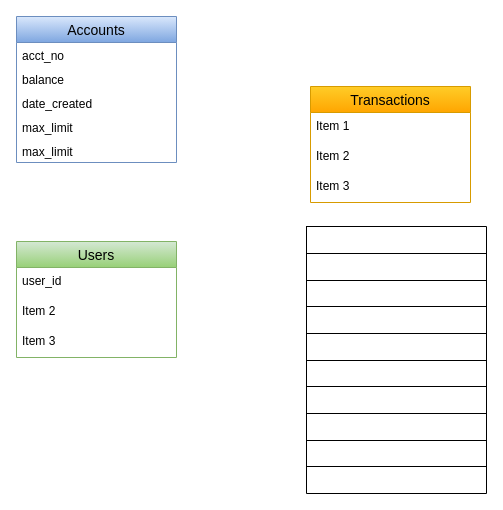
Before: Untitled Diagram.drawio in yihching8/DevToolkit2SQL, a draw.io diagram. Source tidied: cells renumbered, new cells numbered last; positions are measured from the earlier drawing's top-left corner, leaving out a move shared by most shapes. Both pictures are drawn from the tidied source at 100%, with x=0, y=0 at pixel (16, 16).
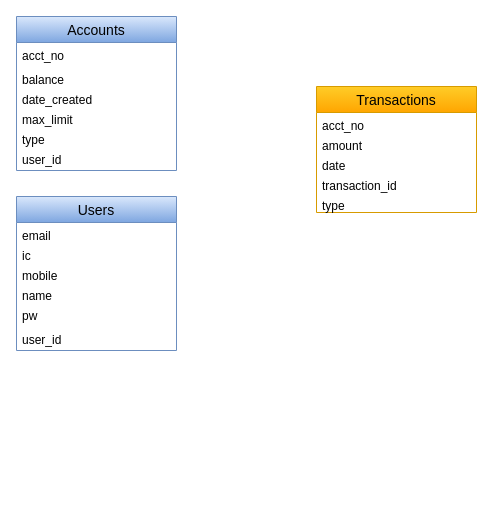
After the change.

Change to the diagram source:
```diff
@@
-    <mxCell id="2" value="Users" style="swimlane;fontStyle=0;horizontal=1;startSize=26;align=center;fontSize=14;fillColor=#d5e8d4;strokeColor=#82b366;gradientColor=#97d077;" parent="1" vertex="1">
-      <mxGeometry y="225" width="160" height="116" as="geometry" />
-    </mxCell>
-    <mxCell id="3" value="user_id" style="text;strokeColor=none;fillColor=none;spacingLeft=4;spacingRight=4;overflow=hidden;fontSize=12;" parent="2" vertex="1">
-      <mxGeometry y="26" width="160" height="30" as="geometry" />
-    </mxCell>
-    <mxCell id="4" value="Item 2" style="text;strokeColor=none;fillColor=none;spacingLeft=4;spacingRight=4;overflow=hidden;fontSize=12;" parent="2" vertex="1">
-      <mxGeometry y="56" width="160" height="30" as="geometry" />
-    </mxCell>
-    <mxCell id="5" value="Item 3" style="text;strokeColor=none;fillColor=none;spacingLeft=4;spacingRight=4;overflow=hidden;fontSize=12;" parent="2" vertex="1">
-      <mxGeometry y="86" width="160" height="30" as="geometry" />
-    </mxCell>
     <mxCell id="6" value="Accounts" style="swimlane;fontStyle=0;horizontal=1;startSize=26;align=center;fontSize=14;fillColor=#dae8fc;strokeColor=#6c8ebf;gradientColor=#7ea6e0;" parent="1" vertex="1">
-      <mxGeometry width="160" height="146" as="geometry" />
+      <mxGeometry width="160" height="154" as="geometry" />
     </mxCell>
@@
     <mxCell id="8" value="balance" style="text;strokeColor=none;fillColor=none;spacingLeft=4;spacingRight=4;overflow=hidden;fontSize=12;" parent="6" vertex="1">
-      <mxGeometry y="50" width="160" height="24" as="geometry" />
+      <mxGeometry y="50" width="160" height="20" as="geometry" />
     </mxCell>
     <mxCell id="9" value="date_created" style="text;strokeColor=none;fillColor=none;spacingLeft=4;spacingRight=4;overflow=hidden;fontSize=12;" parent="6" vertex="1">
-      <mxGeometry y="74" width="160" height="24" as="geometry" />
+      <mxGeometry y="70" width="160" height="20" as="geometry" />
     </mxCell>
     <mxCell id="10" value="max_limit" style="text;strokeColor=none;fillColor=none;spacingLeft=4;spacingRight=4;overflow=hidden;fontSize=12;" parent="6" vertex="1">
-      <mxGeometry y="98" width="160" height="24" as="geometry" />
+      <mxGeometry y="90" width="160" height="20" as="geometry" />
     </mxCell>
-    <mxCell id="11" value="max_limit" style="text;strokeColor=none;fillColor=none;spacingLeft=4;spacingRight=4;overflow=hidden;fontSize=12;" parent="6" vertex="1">
-      <mxGeometry y="122" width="160" height="24" as="geometry" />
+    <mxCell id="11" value="type" style="text;strokeColor=none;fillColor=none;spacingLeft=4;spacingRight=4;overflow=hidden;fontSize=12;" parent="6" vertex="1">
+      <mxGeometry y="110" width="160" height="20" as="geometry" />
     </mxCell>
+    <mxCell id="37" value="user_id" style="text;strokeColor=none;fillColor=none;spacingLeft=4;spacingRight=4;overflow=hidden;fontSize=12;" parent="6" vertex="1">
+      <mxGeometry y="130" width="160" height="24" as="geometry" />
+    </mxCell>
+    <mxCell id="2" value="Users" style="swimlane;fontStyle=0;horizontal=1;startSize=26;align=center;fontSize=14;fillColor=#dae8fc;strokeColor=#6c8ebf;gradientColor=#7ea6e0;" parent="1" vertex="1">
+      <mxGeometry y="180" width="160" height="154" as="geometry" />
+    </mxCell>
+    <mxCell id="38" value="email" style="text;strokeColor=none;fillColor=none;spacingLeft=4;spacingRight=4;overflow=hidden;fontSize=12;" parent="2" vertex="1">
+      <mxGeometry y="26" width="160" height="20" as="geometry" />
+    </mxCell>
+    <mxCell id="39" value="ic" style="text;strokeColor=none;fillColor=none;spacingLeft=4;spacingRight=4;overflow=hidden;fontSize=12;" parent="2" vertex="1">
+      <mxGeometry y="46" width="160" height="20" as="geometry" />
+    </mxCell>
+    <mxCell id="40" value="mobile" style="text;strokeColor=none;fillColor=none;spacingLeft=4;spacingRight=4;overflow=hidden;fontSize=12;" parent="2" vertex="1">
+      <mxGeometry y="66" width="160" height="20" as="geometry" />
+    </mxCell>
+    <mxCell id="41" value="name" style="text;strokeColor=none;fillColor=none;spacingLeft=4;spacingRight=4;overflow=hidden;fontSize=12;" parent="2" vertex="1">
+      <mxGeometry y="86" width="160" height="20" as="geometry" />
+    </mxCell>
+    <mxCell id="42" value="pw" style="text;strokeColor=none;fillColor=none;spacingLeft=4;spacingRight=4;overflow=hidden;fontSize=12;" parent="2" vertex="1">
+      <mxGeometry y="106" width="160" height="24" as="geometry" />
+    </mxCell>
+    <mxCell id="43" value="user_id" style="text;strokeColor=none;fillColor=none;spacingLeft=4;spacingRight=4;overflow=hidden;fontSize=12;" parent="2" vertex="1">
+      <mxGeometry y="130" width="160" height="24" as="geometry" />
+    </mxCell>
     <mxCell id="12" value="Transactions" style="swimlane;fontStyle=0;horizontal=1;startSize=26;align=center;fontSize=14;fillColor=#ffcd28;strokeColor=#d79b00;gradientColor=#ffa500;" parent="1" vertex="1">
-      <mxGeometry x="294" y="70" width="160" height="116" as="geometry" />
+      <mxGeometry x="300" y="70" width="160" height="126" as="geometry" />
     </mxCell>
-    <mxCell id="13" value="Item 1" style="text;strokeColor=none;fillColor=none;spacingLeft=4;spacingRight=4;overflow=hidden;fontSize=12;" parent="12" vertex="1">
-      <mxGeometry y="26" width="160" height="30" as="geometry" />
-    </mxCell>
-    <mxCell id="14" value="Item 2" style="text;strokeColor=none;fillColor=none;spacingLeft=4;spacingRight=4;overflow=hidden;fontSize=12;" parent="12" vertex="1">
-      <mxGeometry y="56" width="160" height="30" as="geometry" />
-    </mxCell>
-    <mxCell id="15" value="Item 3" style="text;strokeColor=none;fillColor=none;spacingLeft=4;spacingRight=4;overflow=hidden;fontSize=12;" parent="12" vertex="1">
-      <mxGeometry y="86" width="160" height="30" as="geometry" />
-    </mxCell>
-    <mxCell id="16" style="shape=table;startSize=0;childLayout=tableLayout;" parent="1" vertex="1">
-      <mxGeometry x="290" y="210" width="180" height="267" as="geometry" />
-    </mxCell>
-    <mxCell id="17" style="shape=partialRectangle;fillColor=none;top=0;left=0;bottom=0;right=0;" parent="16" vertex="1">
-      <mxGeometry width="180" height="27" as="geometry" />
-    </mxCell>
-    <mxCell id="18" style="shape=partialRectangle;html=1;whiteSpace=wrap;overflow=hidden;fillColor=none;top=0;left=0;bottom=0;right=0;" parent="17" vertex="1">
-      <mxGeometry width="180" height="27" as="geometry" />
-    </mxCell>
-    <mxCell id="19" style="shape=partialRectangle;fillColor=none;top=0;left=0;bottom=0;right=0;" parent="16" vertex="1">
-      <mxGeometry y="27" width="180" height="27" as="geometry" />
-    </mxCell>
-    <mxCell id="20" style="shape=partialRectangle;html=1;whiteSpace=wrap;overflow=hidden;fillColor=none;top=0;left=0;bottom=0;right=0;" parent="19" vertex="1">
-      <mxGeometry width="180" height="27" as="geometry" />
-    </mxCell>
-    <mxCell id="21" style="shape=partialRectangle;fillColor=none;top=0;left=0;bottom=0;right=0;" parent="16" vertex="1">
-      <mxGeometry y="54" width="180" height="26" as="geometry" />
-    </mxCell>
-    <mxCell id="22" style="shape=partialRectangle;html=1;whiteSpace=wrap;overflow=hidden;fillColor=none;top=0;left=0;bottom=0;right=0;" parent="21" vertex="1">
-      <mxGeometry width="180" height="26" as="geometry" />
-    </mxCell>
-    <mxCell id="23" style="shape=partialRectangle;fillColor=none;top=0;left=0;bottom=0;right=0;" parent="16" vertex="1">
-      <mxGeometry y="80" width="180" height="27" as="geometry" />
-    </mxCell>
-    <mxCell id="24" style="shape=partialRectangle;html=1;whiteSpace=wrap;overflow=hidden;fillColor=none;top=0;left=0;bottom=0;right=0;" parent="23" vertex="1">
-      <mxGeometry width="180" height="27" as="geometry" />
-    </mxCell>
-    <mxCell id="25" style="shape=partialRectangle;fillColor=none;top=0;left=0;bottom=0;right=0;" parent="16" vertex="1">
-      <mxGeometry y="107" width="180" height="27" as="geometry" />
-    </mxCell>
-    <mxCell id="26" style="shape=partialRectangle;html=1;whiteSpace=wrap;overflow=hidden;fillColor=none;top=0;left=0;bottom=0;right=0;" parent="25" vertex="1">
-      <mxGeometry width="180" height="27" as="geometry" />
-    </mxCell>
-    <mxCell id="27" style="shape=partialRectangle;fillColor=none;top=0;left=0;bottom=0;right=0;" parent="16" vertex="1">
-      <mxGeometry y="134" width="180" height="26" as="geometry" />
-    </mxCell>
-    <mxCell id="28" style="shape=partialRectangle;html=1;whiteSpace=wrap;overflow=hidden;fillColor=none;top=0;left=0;bottom=0;right=0;" parent="27" vertex="1">
-      <mxGeometry width="180" height="26" as="geometry" />
-    </mxCell>
-    <mxCell id="29" style="shape=partialRectangle;fillColor=none;top=0;left=0;bottom=0;right=0;" parent="16" vertex="1">
-      <mxGeometry y="160" width="180" height="27" as="geometry" />
-    </mxCell>
-    <mxCell id="30" style="shape=partialRectangle;html=1;whiteSpace=wrap;overflow=hidden;fillColor=none;top=0;left=0;bottom=0;right=0;" parent="29" vertex="1">
-      <mxGeometry width="180" height="27" as="geometry" />
-    </mxCell>
-    <mxCell id="31" style="shape=partialRectangle;fillColor=none;top=0;left=0;bottom=0;right=0;" parent="16" vertex="1">
-      <mxGeometry y="187" width="180" height="27" as="geometry" />
-    </mxCell>
-    <mxCell id="32" style="shape=partialRectangle;html=1;whiteSpace=wrap;overflow=hidden;fillColor=none;top=0;left=0;bottom=0;right=0;" parent="31" vertex="1">
-      <mxGeometry width="180" height="27" as="geometry" />
-    </mxCell>
-    <mxCell id="33" style="shape=partialRectangle;fillColor=none;top=0;left=0;bottom=0;right=0;" parent="16" vertex="1">
-      <mxGeometry y="214" width="180" height="26" as="geometry" />
-    </mxCell>
-    <mxCell id="34" style="shape=partialRectangle;html=1;whiteSpace=wrap;overflow=hidden;fillColor=none;top=0;left=0;bottom=0;right=0;" parent="33" vertex="1">
-      <mxGeometry width="180" height="26" as="geometry" />
-    </mxCell>
-    <mxCell id="35" style="shape=partialRectangle;fillColor=none;top=0;left=0;bottom=0;right=0;" parent="16" vertex="1">
-      <mxGeometry y="240" width="180" height="27" as="geometry" />
-    </mxCell>
-    <mxCell id="36" style="shape=partialRectangle;html=1;whiteSpace=wrap;overflow=hidden;fillColor=none;top=0;left=0;bottom=0;right=0;" parent="35" vertex="1">
-      <mxGeometry width="180" height="27" as="geometry" />
-    </mxCell>
+    <mxCell id="44" value="acct_no" style="text;strokeColor=none;fillColor=none;spacingLeft=4;spacingRight=4;overflow=hidden;fontSize=12;" parent="12" vertex="1">
+      <mxGeometry y="26" width="160" height="20" as="geometry" />
+    </mxCell>
+    <mxCell id="45" value="amount" style="text;strokeColor=none;fillColor=none;spacingLeft=4;spacingRight=4;overflow=hidden;fontSize=12;" parent="12" vertex="1">
+      <mxGeometry y="46" width="160" height="20" as="geometry" />
+    </mxCell>
+    <mxCell id="46" value="date" style="text;strokeColor=none;fillColor=none;spacingLeft=4;spacingRight=4;overflow=hidden;fontSize=12;" parent="12" vertex="1">
+      <mxGeometry y="66" width="160" height="20" as="geometry" />
+    </mxCell>
+    <mxCell id="47" value="transaction_id" style="text;strokeColor=none;fillColor=none;spacingLeft=4;spacingRight=4;overflow=hidden;fontSize=12;" parent="12" vertex="1">
+      <mxGeometry y="86" width="160" height="20" as="geometry" />
+    </mxCell>
+    <mxCell id="48" value="type" style="text;strokeColor=none;fillColor=none;spacingLeft=4;spacingRight=4;overflow=hidden;fontSize=12;" parent="12" vertex="1">
+      <mxGeometry y="106" width="160" height="20" as="geometry" />
+    </mxCell>
```
